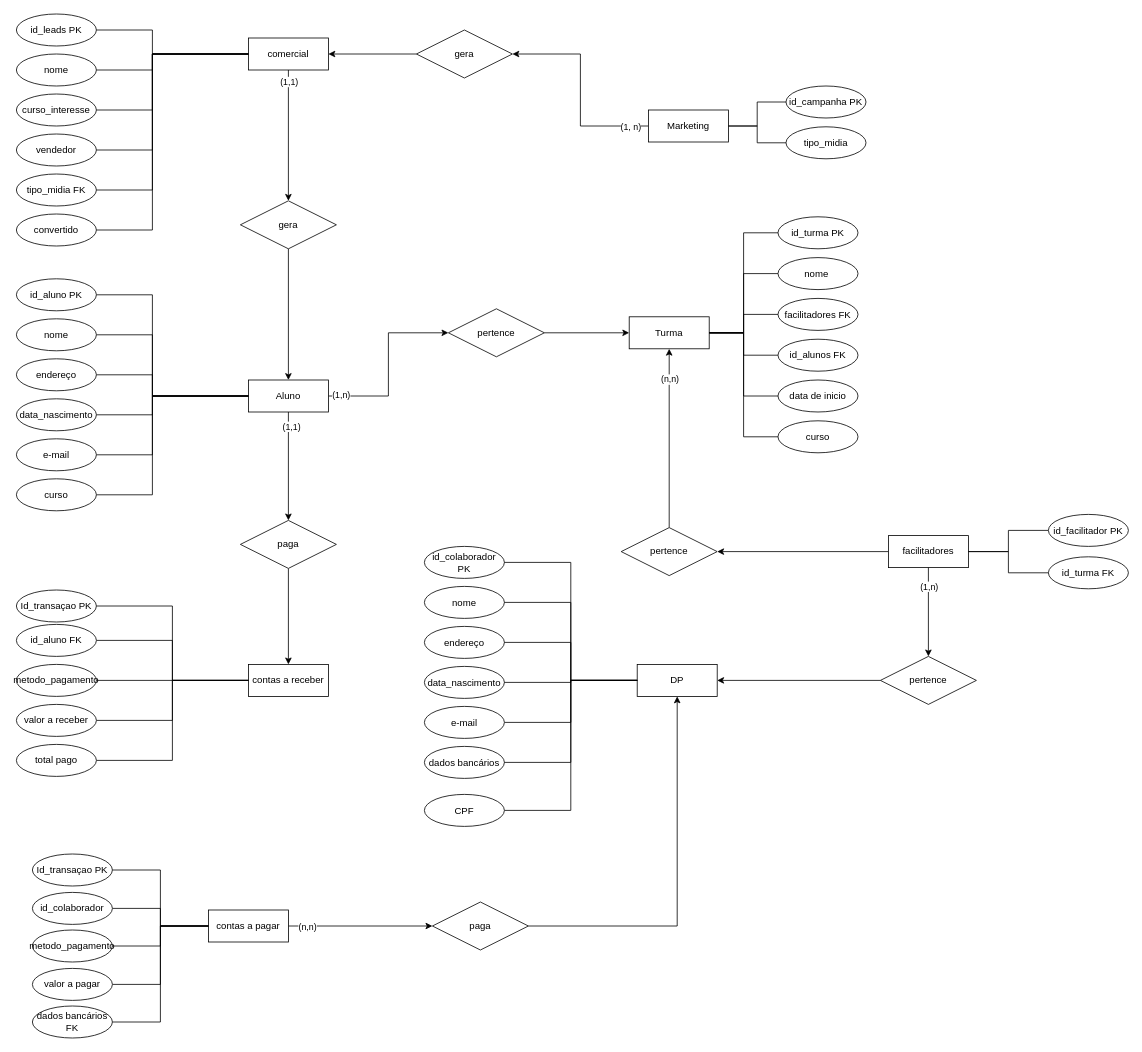
brunnabrito/projeto_modulo3_resilia_grupo1 keeps this draw.io diagram as entidades secretaria e alunos.drawio. Above is the earlier version. Source tidied: cells renumbered, new cells numbered last; positions are measured from the earlier drawing's top-left corner, leaving out a move shared by most shapes. Both pictures are drawn from the tidied source at 80%, with x=0, y=0 at pixel (16, 14).
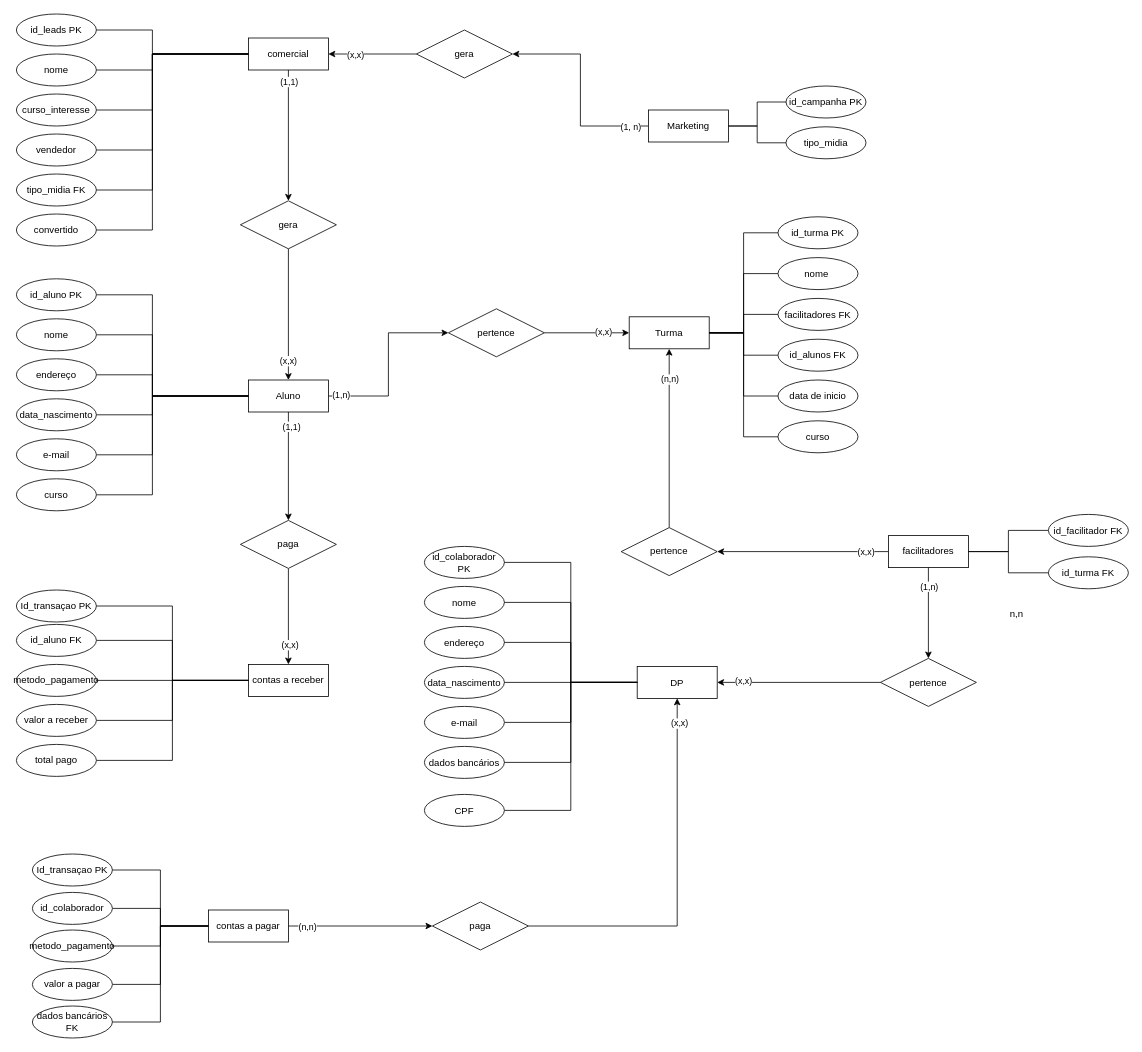
The same diagram, later.

The change refers to these unchanged cells:
```xml
<mxCell id="32" style="edgeStyle=orthogonalEdgeStyle;rounded=0;jettySize=auto;html=1;" parent="1" edge="1" source="33" target="19">
  <mxGeometry relative="1" as="geometry" />
</mxCell>
<mxCell id="34" style="edgeStyle=orthogonalEdgeStyle;rounded=0;jettySize=auto;html=1;entryX=1;entryY=0.5;entryDx=0;entryDy=0;" parent="1" edge="1" source="35" target="113">
  <mxGeometry relative="1" as="geometry" />
</mxCell>
<mxCell id="102" style="edgeStyle=orthogonalEdgeStyle;rounded=0;jettySize=auto;html=1;entryX=1;entryY=0.5;entryDx=0;entryDy=0;" parent="1" edge="1" source="103" target="47">
  <mxGeometry relative="1" as="geometry" />
</mxCell>
<mxCell id="104" style="edgeStyle=orthogonalEdgeStyle;rounded=0;jettySize=auto;html=1;entryX=0.5;entryY=0;entryDx=0;entryDy=0;" parent="1" edge="1" source="105" target="55">
  <mxGeometry relative="1" as="geometry" />
</mxCell>
<mxCell id="106" style="endArrow=classic;html=1;rounded=0;entryX=0.5;entryY=0;entryDx=0;entryDy=0;exitX=0.5;exitY=1;exitDx=0;exitDy=0;endFill=1;" parent="1" edge="1" source="99" target="6">
  <mxGeometry relative="1" as="geometry" />
</mxCell>
<mxCell id="107" style="edgeStyle=orthogonalEdgeStyle;rounded=0;jettySize=auto;html=1;entryX=0.5;entryY=1;entryDx=0;entryDy=0;" parent="1" edge="1" source="108" target="47">
  <mxGeometry relative="1" as="geometry" />
</mxCell>
<mxCell id="109" style="edgeStyle=orthogonalEdgeStyle;rounded=0;jettySize=auto;html=1;entryX=1;entryY=0.5;entryDx=0;entryDy=0;" parent="1" edge="1" source="110" target="77">
  <mxGeometry relative="1" as="geometry" />
</mxCell>
```

The edit, as a diff of the source:
```diff
@@
+    <mxCell id="116" value="(x,x)" style="edgeLabel;html=1;align=center;verticalAlign=middle;" parent="32" vertex="1">
+      <mxGeometry x="0.38" y="1" relative="1" as="geometry" />
+    </mxCell>
@@
+    <mxCell id="117" value="(x,x)" style="edgeLabel;html=1;align=center;verticalAlign=middle;" parent="34" vertex="1">
+      <mxGeometry x="-0.73" relative="1" as="geometry" />
+    </mxCell>
@@
-    <mxCell id="37" value="id_facilitador PK" style="ellipse;whiteSpace=wrap;html=1;align=center;" parent="1" vertex="1">
+    <mxCell id="37" value="id_facilitador FK" style="ellipse;whiteSpace=wrap;html=1;align=center;" parent="1" vertex="1">
       <mxGeometry x="1290" y="625.5" width="100" height="40" as="geometry" />
     </mxCell>
@@
     <mxCell id="47" value="DP" style="whiteSpace=wrap;html=1;align=center;" parent="1" vertex="1">
-      <mxGeometry x="776" y="813" width="100" height="40" as="geometry" />
+      <mxGeometry x="776" y="815.5" width="100" height="40" as="geometry" />
     </mxCell>
@@
+    <mxCell id="118" value="(x,x)" style="edgeLabel;html=1;align=center;verticalAlign=middle;" parent="102" vertex="1">
+      <mxGeometry x="0.69" y="-2" relative="1" as="geometry" />
+    </mxCell>
     <mxCell id="103" value="pertence" style="shape=rhombus;perimeter=rhombusPerimeter;whiteSpace=wrap;html=1;align=center;" parent="1" vertex="1">
-      <mxGeometry x="1080" y="803" width="120" height="60" as="geometry" />
+      <mxGeometry x="1080" y="805.5" width="120" height="60" as="geometry" />
     </mxCell>
@@
+    <mxCell id="119" value="(x,x)" style="edgeLabel;html=1;align=center;verticalAlign=middle;" parent="104" vertex="1">
+      <mxGeometry x="0.58" y="1" relative="1" as="geometry" />
+    </mxCell>
@@
+    <mxCell id="120" value="(x,x)" style="edgeLabel;html=1;align=center;verticalAlign=middle;" parent="106" vertex="1">
+      <mxGeometry x="0.7" y="-1" relative="1" as="geometry">
+        <mxPoint y="1" as="offset" />
+      </mxGeometry>
+    </mxCell>
@@
+    <mxCell id="121" value="(x,x)" style="edgeLabel;html=1;align=center;verticalAlign=middle;" parent="107" vertex="1">
+      <mxGeometry x="0.87" y="-2" relative="1" as="geometry" />
+    </mxCell>
@@
+    <mxCell id="122" value="(x,x)" style="edgeLabel;html=1;align=center;verticalAlign=middle;" parent="109" vertex="1">
+      <mxGeometry x="0.4" y="1" relative="1" as="geometry" />
+    </mxCell>
@@
+    <mxCell id="123" value="n,n" style="text;html=1;align=center;verticalAlign=middle;strokeColor=none;fillColor=none;" parent="1" vertex="1">
+      <mxGeometry x="1235" y="740" width="30" height="20" as="geometry" />
+    </mxCell>
```
